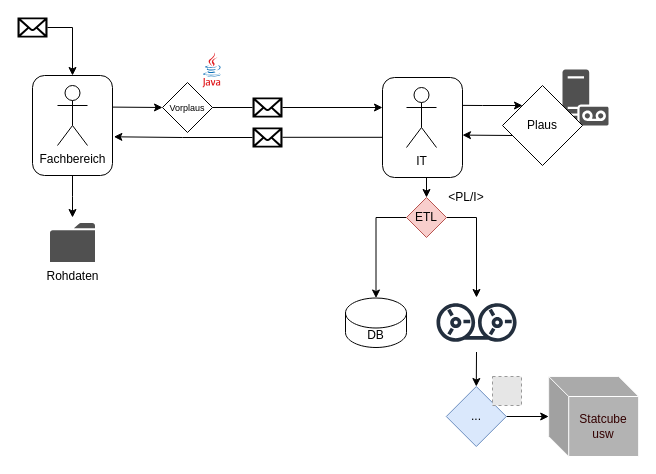
This is gvrail-plaus-app-legacy.drawio from s-fleck/charts, a draw.io file, before an edit. Source tidied: cells renumbered, new cells numbered last; positions are measured from the earlier drawing's top-left corner, leaving out a move shared by most shapes. Both pictures are drawn from the tidied source at 100%, with x=0, y=0 at pixel (17, 17). Pictures stored in the file or linked from it are replaced by grey dashed boxes.
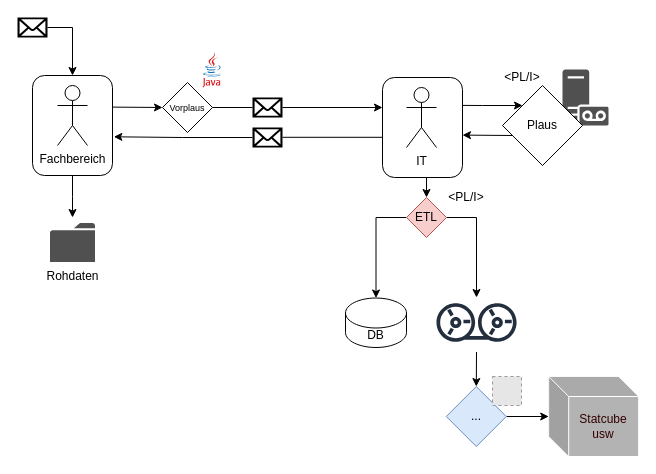
After the change.

Diff of the diagram source:
```diff
@@
+    <mxCell id="36" value="&amp;lt;PL/I&amp;gt;" style="text;html=1;align=center;verticalAlign=middle;whiteSpace=wrap;rounded=0;" parent="1" vertex="1">
+      <mxGeometry x="485" y="50" width="40" height="20" as="geometry" />
+    </mxCell>
```
